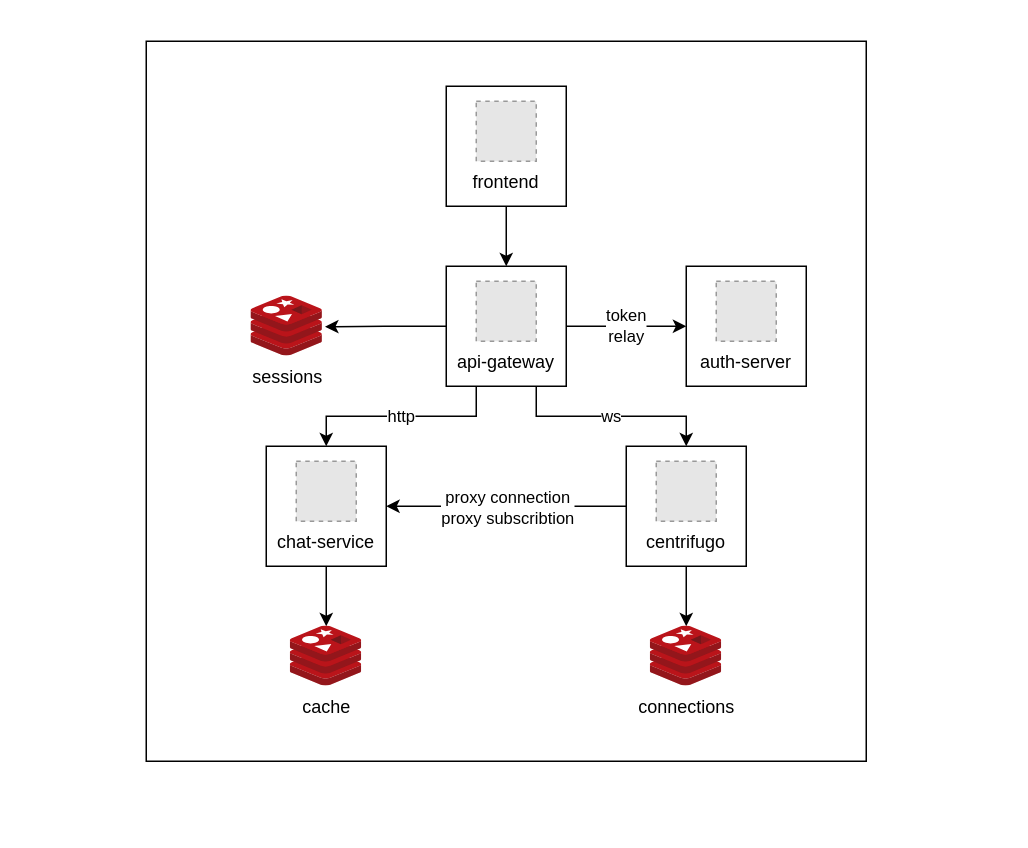
mikhail-karpov/chat keeps this draw.io diagram as docs/images/chat-architecture.drawio. Above is the earlier version. Source tidied: cells renumbered, new cells numbered last; positions are measured from the earlier drawing's top-left corner, leaving out a move shared by most shapes. Both pictures are drawn from the tidied source at 150%, with x=0, y=0 at pixel (146, 40). Pictures stored in the file or linked from it are replaced by grey dashed boxes.
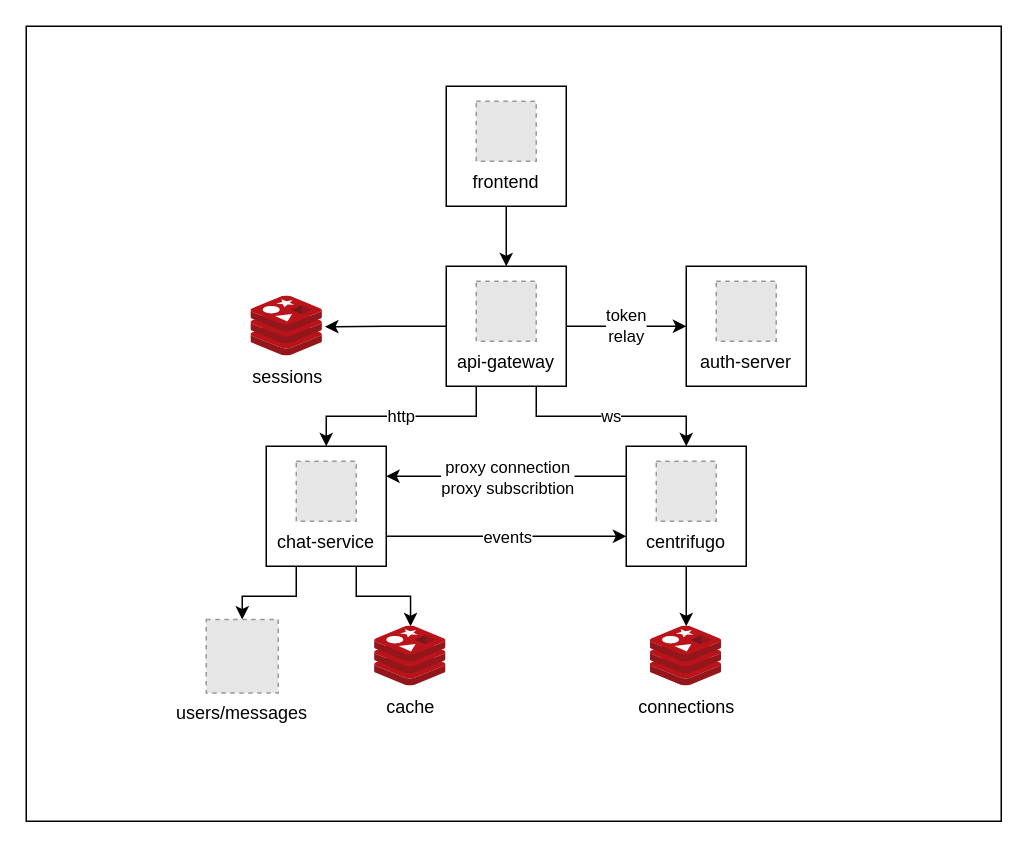
The same diagram, later.

Commit message (it also covers changes not shown here):
docs: Update the architectural diagram

Unchanged cells that the change refers to:
```xml
<mxCell id="11" style="whiteSpace=wrap;html=1;" parent="1" vertex="1">
  <mxGeometry x="80" y="270" width="80" height="80" as="geometry" />
</mxCell>
<mxCell id="15" style="whiteSpace=wrap;html=1;" parent="1" vertex="1">
  <mxGeometry x="320" y="270" width="80" height="80" as="geometry" />
</mxCell>
```

Diff of the diagram source:
```diff
@@
     <mxCell id="2" style="whiteSpace=wrap;html=1;" parent="1" vertex="1">
-      <mxGeometry width="480" height="480" as="geometry" />
+      <mxGeometry x="-80" y="-10" width="650" height="530" as="geometry" />
     </mxCell>
@@
-    <mxCell id="10" style="edgeStyle=orthogonalEdgeStyle;rounded=0;jettySize=auto;html=1;" parent="1" edge="1" source="11" target="24">
+    <mxCell id="10" style="edgeStyle=orthogonalEdgeStyle;rounded=0;jettySize=auto;html=1;exitX=0.75;exitY=1;exitDx=0;exitDy=0;" parent="1" edge="1" source="11" target="24">
       <mxGeometry relative="1" as="geometry" />
     </mxCell>
+    <mxCell id="25" style="edgeStyle=orthogonalEdgeStyle;rounded=0;jettySize=auto;html=1;exitX=0.25;exitY=1;exitDx=0;exitDy=0;" parent="1" edge="1" source="11" target="26">
+      <mxGeometry relative="1" as="geometry" />
+    </mxCell>
@@
-    <mxCell id="12" style="edgeStyle=orthogonalEdgeStyle;rounded=0;jettySize=auto;html=1;" parent="1" edge="1" source="15" target="11">
+    <mxCell id="12" style="edgeStyle=orthogonalEdgeStyle;rounded=0;jettySize=auto;html=1;exitX=0;exitY=0.25;exitDx=0;exitDy=0;entryX=1;entryY=0.25;entryDx=0;entryDy=0;" parent="1" edge="1" source="15" target="11">
       <mxGeometry relative="1" as="geometry" />
     </mxCell>
@@
     <mxCell id="24" value="cache" style="image;sketch=0;html=1;points=[];align=center;fontSize=12;image=img/lib/mscae/Cache_Redis_Product.svg;" parent="1" vertex="1">
-      <mxGeometry x="96.2" y="390" width="47.6" height="40" as="geometry" />
+      <mxGeometry x="152.4" y="390" width="47.6" height="40" as="geometry" />
     </mxCell>
+    <mxCell id="26" value="users/messages" style="fillColor=#E6E6E6;strokeColor=#999999;dashed=1;verticalLabelPosition=bottom;verticalAlign=top;" parent="1" vertex="1">
+      <mxGeometry x="40" y="385.5" width="48" height="49" as="geometry" />
+    </mxCell>
+    <mxCell id="27" style="edgeStyle=orthogonalEdgeStyle;rounded=0;jettySize=auto;html=1;exitX=1;exitY=0.75;exitDx=0;exitDy=0;entryX=0;entryY=0.75;entryDx=0;entryDy=0;" parent="1" edge="1" source="11" target="15">
+      <mxGeometry relative="1" as="geometry" />
+    </mxCell>
+    <mxCell id="28" value="events" style="edgeLabel;html=1;align=center;verticalAlign=middle;" parent="27" vertex="1">
+      <mxGeometry x="0.07" y="-3" relative="1" as="geometry">
+        <mxPoint x="-6" y="-3" as="offset" />
+      </mxGeometry>
+    </mxCell>
```
